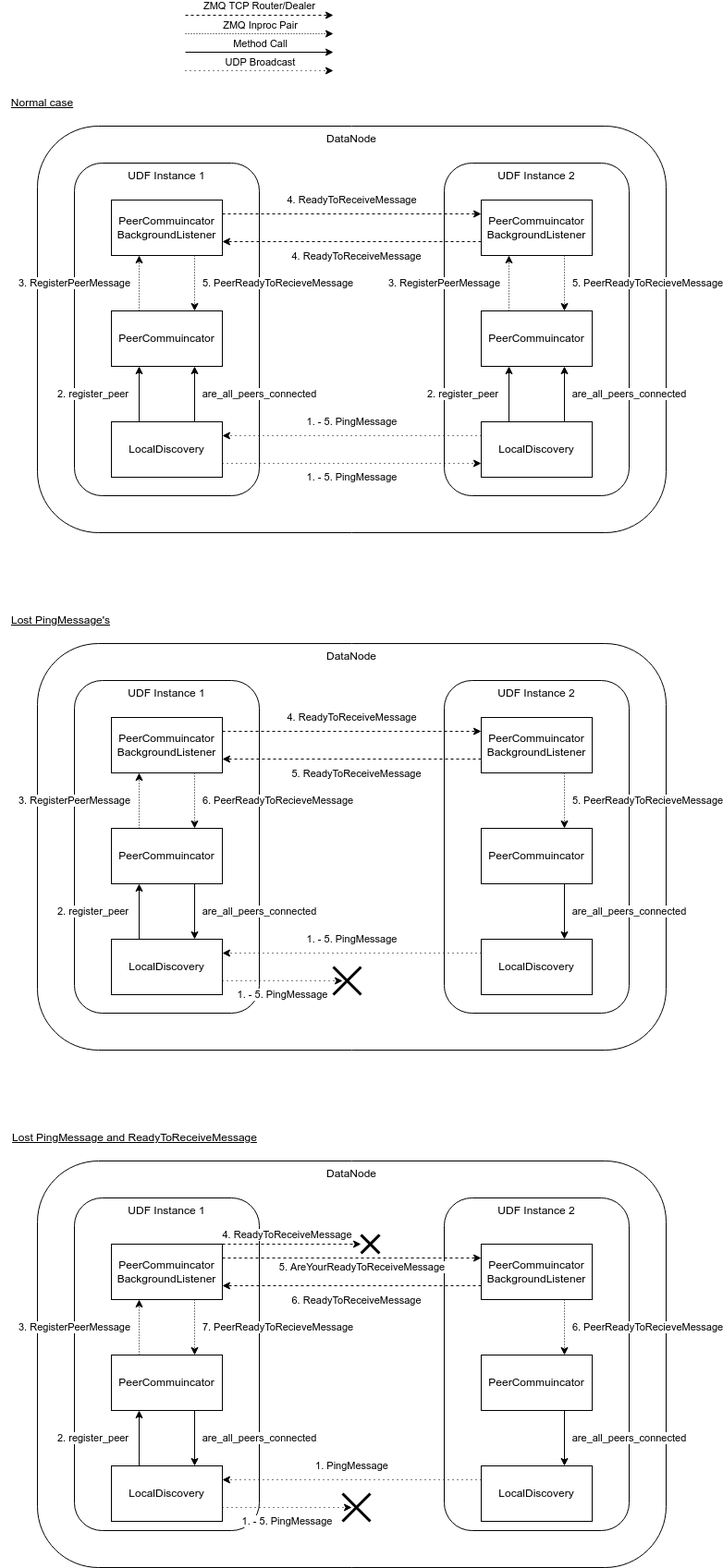
Before: doc/design/udf_communication_detail_overview.drawio.png, a diagram exported from draw.io (exasol/advanced-analytics-framework). Source tidied: cells renumbered, new cells last; positions are measured from the earlier drawing's top-left corner, leaving out a move shared by most shapes.
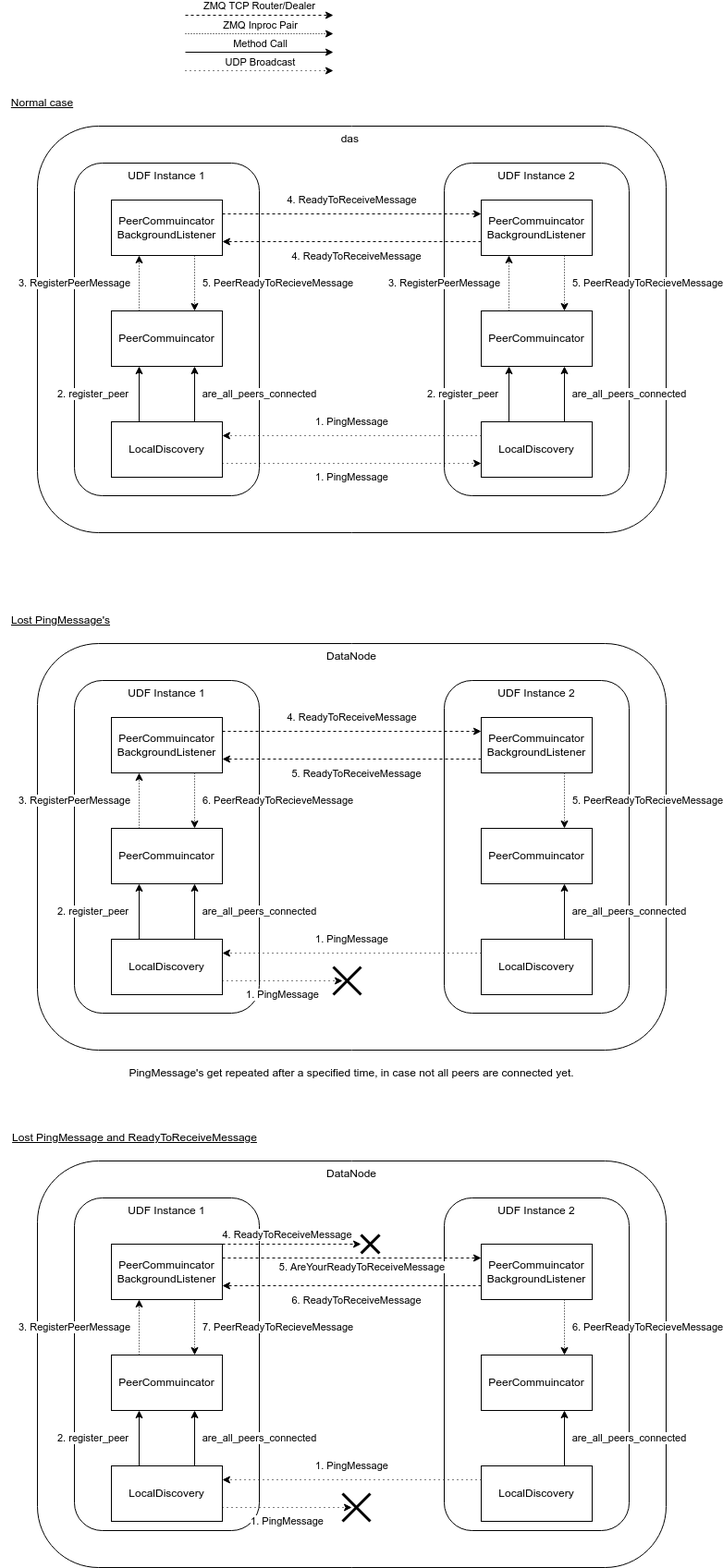
Above is the later version.

Change to the diagram source:
```diff
@@ -20,7 +20,7 @@
     <mxCell id="7" value="UDF Instance 1" style="rounded=1;whiteSpace=wrap;html=1;verticalAlign=top;align=center;" parent="1" vertex="1">
       <mxGeometry x="80" y="720" width="200" height="360" as="geometry" />
     </mxCell>
-    <mxCell id="8" value="DataNode" style="rounded=1;whiteSpace=wrap;html=1;align=center;verticalAlign=top;" parent="1" vertex="1">
+    <mxCell id="8" value="das&amp;nbsp;" style="rounded=1;whiteSpace=wrap;html=1;align=center;verticalAlign=top;" parent="1" vertex="1">
       <mxGeometry x="40" y="120" width="680" height="440" as="geometry" />
     </mxCell>
     <mxCell id="9" value="UDF Instance 2" style="rounded=1;whiteSpace=wrap;html=1;verticalAlign=top;align=center;" parent="1" vertex="1">
@@ -38,7 +38,7 @@
     <mxCell id="13" value="2. register_peer" style="edgeStyle=orthogonalEdgeStyle;rounded=0;jettySize=auto;html=1;exitX=0.25;exitY=0;exitDx=0;exitDy=0;entryX=0.25;entryY=1;entryDx=0;entryDy=0;" parent="1" edge="1" source="16" target="12">
       <mxGeometry y="50" relative="1" as="geometry" />
     </mxCell>
-    <mxCell id="14" value="1. - 5. PingMessage" style="edgeStyle=orthogonalEdgeStyle;rounded=0;jettySize=auto;html=1;exitX=1;exitY=0.75;exitDx=0;exitDy=0;entryX=0;entryY=0.75;entryDx=0;entryDy=0;dashed=1;dashPattern=1 4;" parent="1" edge="1" source="16" target="24">
+    <mxCell id="14" value="1. PingMessage" style="edgeStyle=orthogonalEdgeStyle;rounded=0;jettySize=auto;html=1;exitX=1;exitY=0.75;exitDx=0;exitDy=0;entryX=0;entryY=0.75;entryDx=0;entryDy=0;dashed=1;dashPattern=1 4;" parent="1" edge="1" source="16" target="24">
       <mxGeometry y="-15" relative="1" as="geometry" />
     </mxCell>
     <mxCell id="15" value="&lt;span style=&quot;color: rgb(0, 0, 0); font-family: Helvetica; font-size: 11px; font-style: normal; font-variant-ligatures: normal; font-variant-caps: normal; font-weight: 400; letter-spacing: normal; orphans: 2; text-align: center; text-indent: 0px; text-transform: none; widows: 2; word-spacing: 0px; -webkit-text-stroke-width: 0px; background-color: rgb(255, 255, 255); text-decoration-thickness: initial; text-decoration-style: initial; text-decoration-color: initial; float: none; display: inline !important;&quot;&gt;are_all_peers_connected&lt;/span&gt;" style="edgeStyle=orthogonalEdgeStyle;rounded=0;jettySize=auto;html=1;exitX=0.75;exitY=0;exitDx=0;exitDy=0;entryX=0.75;entryY=1;entryDx=0;entryDy=0;" parent="1" edge="1" source="16" target="12">
@@ -62,7 +62,7 @@
     <mxCell id="21" value="PeerCommuincator" style="rounded=0;whiteSpace=wrap;html=1;" parent="1" vertex="1">
       <mxGeometry x="520" y="320" width="120" height="60" as="geometry" />
     </mxCell>
-    <mxCell id="22" value="1. - 5. PingMessage" style="edgeStyle=orthogonalEdgeStyle;rounded=0;jettySize=auto;html=1;entryX=1;entryY=0.25;entryDx=0;entryDy=0;exitX=0;exitY=0.25;exitDx=0;exitDy=0;dashed=1;dashPattern=1 4;" parent="1" edge="1" source="24" target="16">
+    <mxCell id="22" value="1. PingMessage" style="edgeStyle=orthogonalEdgeStyle;rounded=0;jettySize=auto;html=1;entryX=1;entryY=0.25;entryDx=0;entryDy=0;exitX=0;exitY=0.25;exitDx=0;exitDy=0;dashed=1;dashPattern=1 4;" parent="1" edge="1" source="24" target="16">
       <mxGeometry y="-15" relative="1" as="geometry" />
     </mxCell>
     <mxCell id="23" value="2. register_peer" style="edgeStyle=orthogonalEdgeStyle;rounded=0;jettySize=auto;html=1;exitX=0.25;exitY=0;exitDx=0;exitDy=0;entryX=0.25;entryY=1;entryDx=0;entryDy=0;" parent="1" edge="1" source="24" target="21">
@@ -85,8 +85,8 @@
     <mxCell id="28" value="PeerCommuincator&lt;br&gt;BackgroundListener" style="rounded=0;whiteSpace=wrap;html=1;" parent="1" vertex="1">
       <mxGeometry x="520" y="200" width="120" height="60" as="geometry" />
     </mxCell>
-    <mxCell id="29" value="are_all_peers_connected" style="edgeStyle=orthogonalEdgeStyle;rounded=0;jettySize=auto;html=1;exitX=0.75;exitY=1;exitDx=0;exitDy=0;entryX=0.75;entryY=0;entryDx=0;entryDy=0;" parent="1" edge="1" source="31" target="33">
-      <mxGeometry y="70" relative="1" as="geometry" />
+    <mxCell id="29" value="are_all_peers_connected" style="edgeStyle=orthogonalEdgeStyle;rounded=0;jettySize=auto;html=1;exitX=0.75;exitY=0;exitDx=0;exitDy=0;entryX=0.75;entryY=1;entryDx=0;entryDy=0;" parent="1" edge="1" source="33" target="31">
+      <mxGeometry y="-70" relative="1" as="geometry" />
     </mxCell>
     <mxCell id="30" value="3. RegisterPeerMessage" style="edgeStyle=orthogonalEdgeStyle;rounded=0;jettySize=auto;html=1;exitX=0.25;exitY=0;exitDx=0;exitDy=0;entryX=0.25;entryY=1;entryDx=0;entryDy=0;dashed=1;dashPattern=1 2;" parent="1" edge="1" source="31" target="36">
       <mxGeometry y="70" relative="1" as="geometry" />
@@ -109,13 +109,13 @@
     <mxCell id="36" value="PeerCommuincator&lt;br&gt;BackgroundListener" style="rounded=0;whiteSpace=wrap;html=1;" parent="1" vertex="1">
       <mxGeometry x="120" y="760" width="120" height="60" as="geometry" />
     </mxCell>
-    <mxCell id="37" value="&lt;span style=&quot;color: rgb(0, 0, 0); font-family: Helvetica; font-size: 11px; font-style: normal; font-variant-ligatures: normal; font-variant-caps: normal; font-weight: 400; letter-spacing: normal; orphans: 2; text-align: center; text-indent: 0px; text-transform: none; widows: 2; word-spacing: 0px; -webkit-text-stroke-width: 0px; background-color: rgb(255, 255, 255); text-decoration-thickness: initial; text-decoration-style: initial; text-decoration-color: initial; float: none; display: inline !important;&quot;&gt;are_all_peers_connected&lt;/span&gt;" style="edgeStyle=orthogonalEdgeStyle;rounded=0;jettySize=auto;html=1;exitX=0.75;exitY=1;exitDx=0;exitDy=0;entryX=0.75;entryY=0;entryDx=0;entryDy=0;" parent="1" edge="1" source="38" target="40">
-      <mxGeometry y="70" relative="1" as="geometry" />
+    <mxCell id="37" value="&lt;span style=&quot;color: rgb(0, 0, 0); font-family: Helvetica; font-size: 11px; font-style: normal; font-variant-ligatures: normal; font-variant-caps: normal; font-weight: 400; letter-spacing: normal; orphans: 2; text-align: center; text-indent: 0px; text-transform: none; widows: 2; word-spacing: 0px; -webkit-text-stroke-width: 0px; background-color: rgb(255, 255, 255); text-decoration-thickness: initial; text-decoration-style: initial; text-decoration-color: initial; float: none; display: inline !important;&quot;&gt;are_all_peers_connected&lt;/span&gt;" style="rounded=0;jettySize=auto;html=1;entryX=0.75;entryY=1;entryDx=0;entryDy=0;exitX=0.75;exitY=0;exitDx=0;exitDy=0;" parent="1" edge="1" source="40" target="38">
+      <mxGeometry y="-70" relative="1" as="geometry" />
     </mxCell>
     <mxCell id="38" value="PeerCommuincator" style="rounded=0;whiteSpace=wrap;html=1;" parent="1" vertex="1">
       <mxGeometry x="520" y="880" width="120" height="60" as="geometry" />
     </mxCell>
-    <mxCell id="39" value="1. - 5. PingMessage" style="edgeStyle=orthogonalEdgeStyle;rounded=0;jettySize=auto;html=1;entryX=1;entryY=0.25;entryDx=0;entryDy=0;exitX=0;exitY=0.25;exitDx=0;exitDy=0;dashed=1;dashPattern=1 4;" parent="1" edge="1" source="40" target="33">
+    <mxCell id="39" value="1. PingMessage" style="edgeStyle=orthogonalEdgeStyle;rounded=0;jettySize=auto;html=1;entryX=1;entryY=0.25;entryDx=0;entryDy=0;exitX=0;exitY=0.25;exitDx=0;exitDy=0;dashed=1;dashPattern=1 4;" parent="1" edge="1" source="40" target="33">
       <mxGeometry y="-15" relative="1" as="geometry" />
     </mxCell>
     <mxCell id="40" value="LocalDiscovery" style="rounded=0;whiteSpace=wrap;html=1;" parent="1" vertex="1">
@@ -138,8 +138,8 @@
     <mxCell id="45" value="&lt;span style=&quot;color: rgb(0, 0, 0); font-family: Helvetica; font-size: 11px; font-style: normal; font-variant-ligatures: normal; font-variant-caps: normal; font-weight: 400; letter-spacing: normal; orphans: 2; text-align: center; text-indent: 0px; text-transform: none; widows: 2; word-spacing: 0px; -webkit-text-stroke-width: 0px; background-color: rgb(255, 255, 255); text-decoration-thickness: initial; text-decoration-style: initial; text-decoration-color: initial; float: none; display: inline !important;&quot;&gt;are_all_peers_connected&lt;/span&gt;" style="edgeStyle=orthogonalEdgeStyle;rounded=0;jettySize=auto;html=1;entryX=0.75;entryY=1;entryDx=0;entryDy=0;exitX=0.75;exitY=0;exitDx=0;exitDy=0;" parent="1" edge="1" source="24" target="21">
       <mxGeometry y="-70" relative="1" as="geometry" />
     </mxCell>
-    <mxCell id="46" value="are_all_peers_connected" style="edgeStyle=orthogonalEdgeStyle;rounded=0;jettySize=auto;html=1;exitX=0.75;exitY=1;exitDx=0;exitDy=0;entryX=0.75;entryY=0;entryDx=0;entryDy=0;" parent="1" edge="1" source="48" target="50">
-      <mxGeometry y="70" relative="1" as="geometry" />
+    <mxCell id="46" value="are_all_peers_connected" style="edgeStyle=orthogonalEdgeStyle;rounded=0;jettySize=auto;html=1;exitX=0.75;exitY=0;exitDx=0;exitDy=0;entryX=0.75;entryY=1;entryDx=0;entryDy=0;" parent="1" edge="1" source="50" target="48">
+      <mxGeometry y="-70" relative="1" as="geometry" />
     </mxCell>
     <mxCell id="47" value="3. RegisterPeerMessage" style="edgeStyle=orthogonalEdgeStyle;rounded=0;jettySize=auto;html=1;exitX=0.25;exitY=0;exitDx=0;exitDy=0;entryX=0.25;entryY=1;entryDx=0;entryDy=0;dashed=1;dashPattern=1 2;" parent="1" edge="1" source="48" target="53">
       <mxGeometry y="70" relative="1" as="geometry" />
@@ -164,8 +164,8 @@
     <mxCell id="53" value="PeerCommuincator&lt;br&gt;BackgroundListener" style="rounded=0;whiteSpace=wrap;html=1;" parent="1" vertex="1">
       <mxGeometry x="120" y="1330" width="120" height="60" as="geometry" />
     </mxCell>
-    <mxCell id="54" value="&lt;span style=&quot;color: rgb(0, 0, 0); font-family: Helvetica; font-size: 11px; font-style: normal; font-variant-ligatures: normal; font-variant-caps: normal; font-weight: 400; letter-spacing: normal; orphans: 2; text-align: center; text-indent: 0px; text-transform: none; widows: 2; word-spacing: 0px; -webkit-text-stroke-width: 0px; background-color: rgb(255, 255, 255); text-decoration-thickness: initial; text-decoration-style: initial; text-decoration-color: initial; float: none; display: inline !important;&quot;&gt;are_all_peers_connected&lt;/span&gt;" style="edgeStyle=orthogonalEdgeStyle;rounded=0;jettySize=auto;html=1;exitX=0.75;exitY=1;exitDx=0;exitDy=0;entryX=0.75;entryY=0;entryDx=0;entryDy=0;" parent="1" edge="1" source="55" target="57">
-      <mxGeometry y="70" relative="1" as="geometry" />
+    <mxCell id="54" value="&lt;span style=&quot;color: rgb(0, 0, 0); font-family: Helvetica; font-size: 11px; font-style: normal; font-variant-ligatures: normal; font-variant-caps: normal; font-weight: 400; letter-spacing: normal; orphans: 2; text-align: center; text-indent: 0px; text-transform: none; widows: 2; word-spacing: 0px; -webkit-text-stroke-width: 0px; background-color: rgb(255, 255, 255); text-decoration-thickness: initial; text-decoration-style: initial; text-decoration-color: initial; float: none; display: inline !important;&quot;&gt;are_all_peers_connected&lt;/span&gt;" style="edgeStyle=orthogonalEdgeStyle;rounded=0;jettySize=auto;html=1;exitX=0.75;exitY=0;exitDx=0;exitDy=0;entryX=0.75;entryY=1;entryDx=0;entryDy=0;" parent="1" edge="1" source="57" target="55">
+      <mxGeometry y="-70" relative="1" as="geometry" />
     </mxCell>
     <mxCell id="55" value="PeerCommuincator" style="rounded=0;whiteSpace=wrap;html=1;" parent="1" vertex="1">
       <mxGeometry x="520" y="1450" width="120" height="60" as="geometry" />
@@ -237,7 +237,7 @@
         <mxPoint x="30" y="30" as="targetPoint" />
       </mxGeometry>
     </mxCell>
-    <mxCell id="73" value="1. - 5. PingMessage" style="rounded=0;jettySize=auto;html=1;exitX=1;exitY=0.75;exitDx=0;exitDy=0;dashed=1;dashPattern=1 4;" parent="1" edge="1" source="33">
+    <mxCell id="73" value="1. PingMessage" style="rounded=0;jettySize=auto;html=1;exitX=1;exitY=0.75;exitDx=0;exitDy=0;dashed=1;dashPattern=1 4;" parent="1" edge="1" source="33">
       <mxGeometry y="-15" relative="1" as="geometry">
         <mxPoint x="370" y="1045" as="targetPoint" />
       </mxGeometry>
@@ -257,7 +257,7 @@
         <mxPoint x="30" y="30" as="targetPoint" />
       </mxGeometry>
     </mxCell>
-    <mxCell id="77" value="1. - 5. PingMessage" style="rounded=0;jettySize=auto;html=1;exitX=1;exitY=0.75;exitDx=0;exitDy=0;dashed=1;dashPattern=1 4;" parent="1" edge="1" source="50">
+    <mxCell id="77" value="1. PingMessage" style="rounded=0;jettySize=auto;html=1;exitX=1;exitY=0.75;exitDx=0;exitDy=0;dashed=1;dashPattern=1 4;" parent="1" edge="1" source="50">
       <mxGeometry y="-15" relative="1" as="geometry">
         <mxPoint x="380" y="1615" as="targetPoint" />
       </mxGeometry>
@@ -301,5 +301,8 @@
         <mxPoint x="-38" y="-13" as="offset" />
       </mxGeometry>
     </mxCell>
+    <mxCell id="85" value="PingMessage's get repeated after a specified time, in case not all peers are connected yet." style="text;html=1;strokeColor=none;fillColor=none;align=center;verticalAlign=middle;whiteSpace=wrap;rounded=0;" parent="1" vertex="1">
+      <mxGeometry x="40" y="1130" width="680" height="30" as="geometry" />
+    </mxCell>
   </root>
 </mxGraphModel>
```
